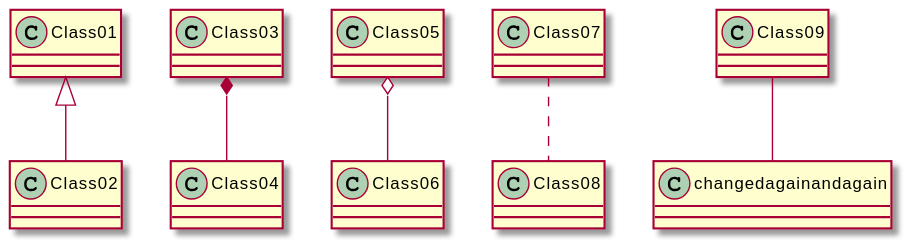
Earlier version of the PlantUML export meilenstein_03/test.svg (weichware10/meilensteine).
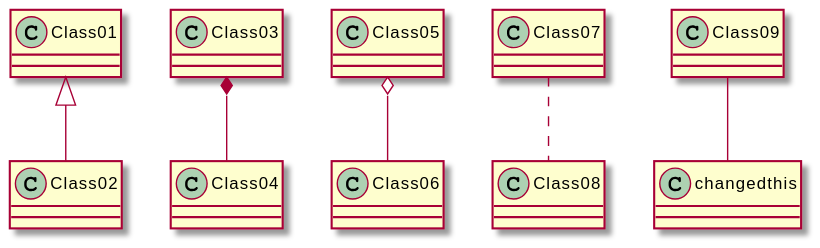
The same file after the commit.

Commit message:
Render PlantUML SVGs

What changed in the source:
```diff
@@ -3,5 +3,5 @@
 Class03 *-- Class04
 Class05 o-- Class06
 Class07 .. Class08
-Class09 -- changedagainandagain
+Class09 -- changedthis
 @enduml
```
